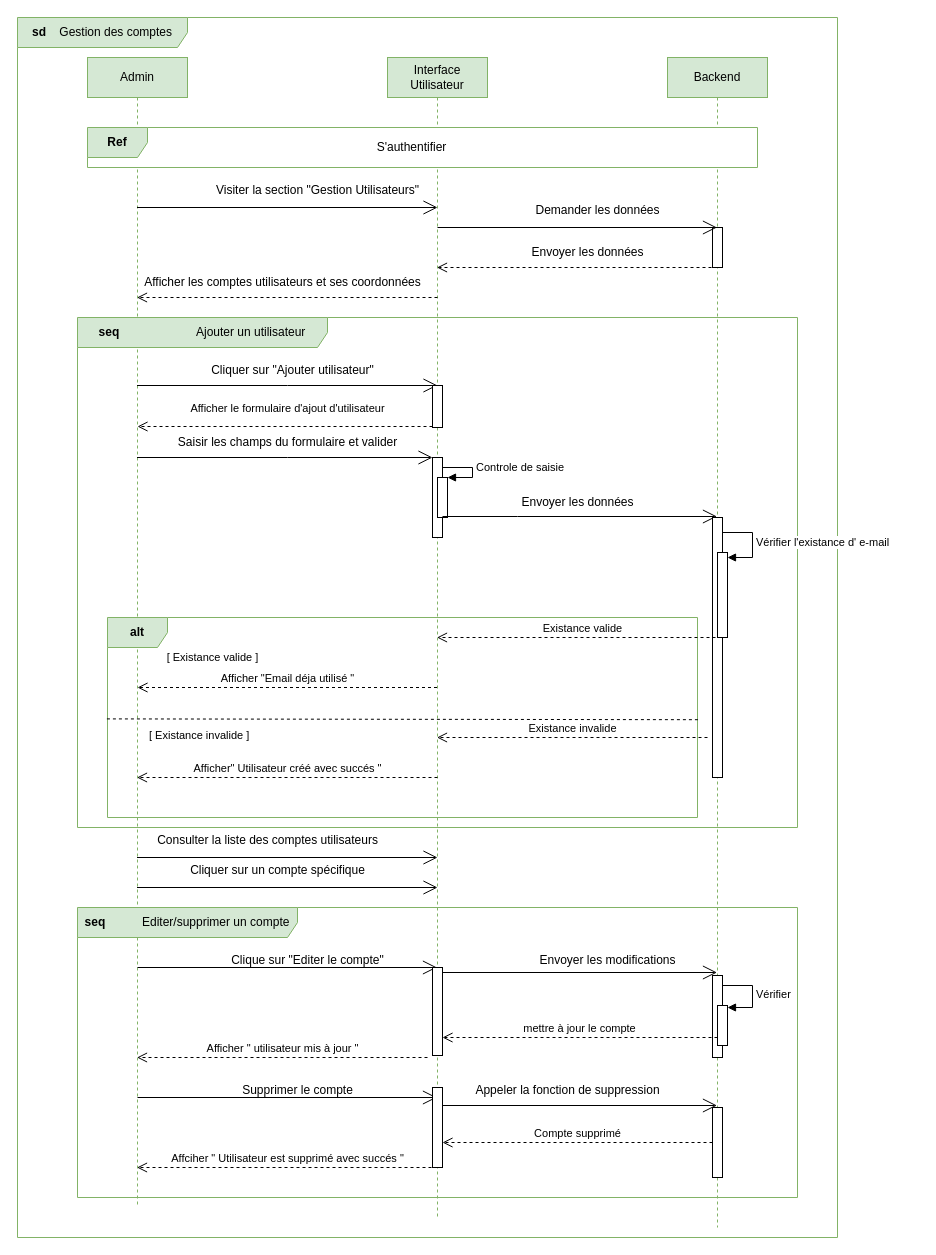
Before: Diagramme séquence gestion compte .drawio in oussema1-hub/Rapport-Conception, a draw.io diagram. Source tidied: cells renumbered, new cells numbered last; positions are measured from the earlier drawing's top-left corner, leaving out a move shared by most shapes. Both pictures are drawn from the tidied source at 100%, with x=0, y=0 at pixel (17, 17).
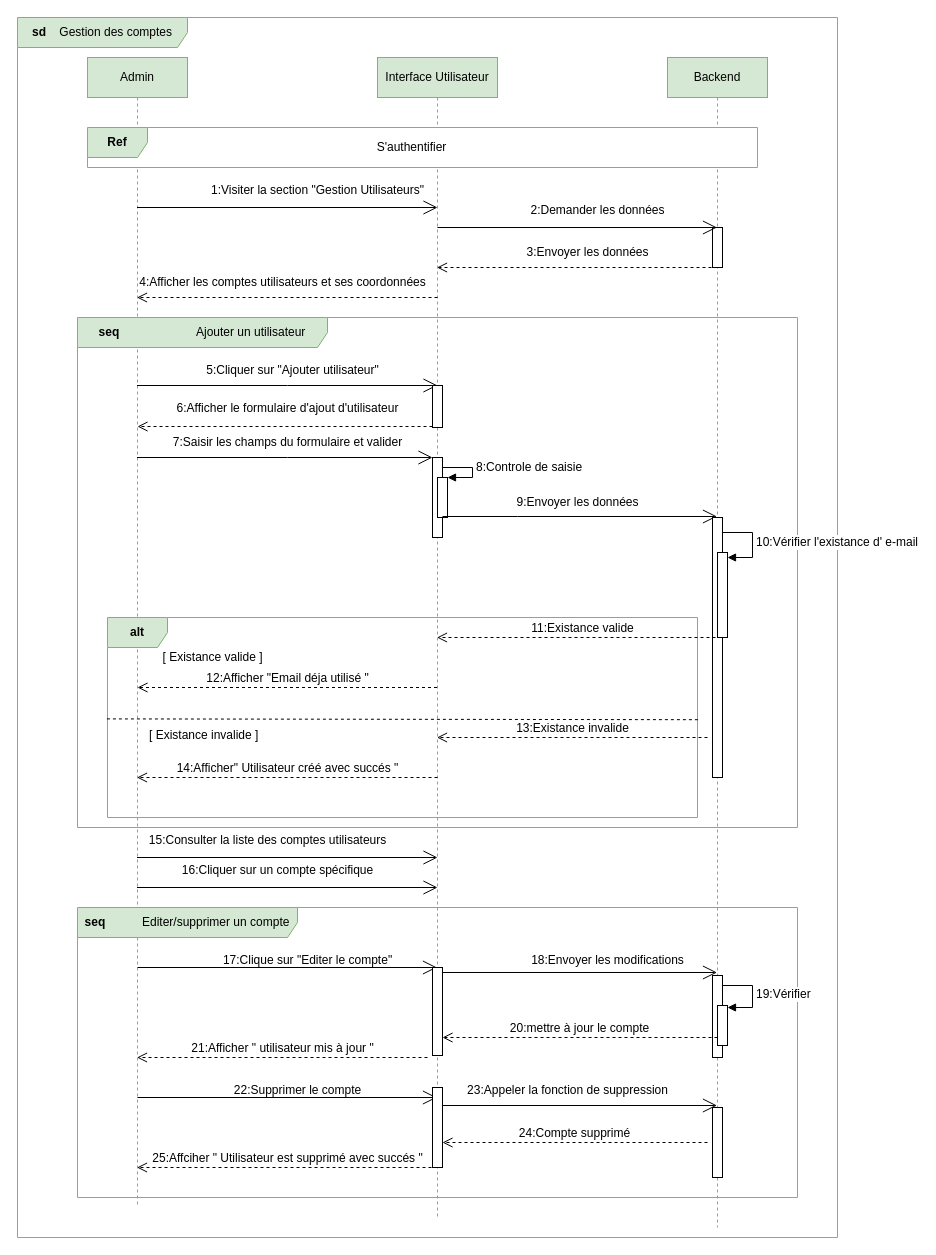
Above is the later version.

The change refers to these unchanged cells:
```xml
<mxCell id="6" value="Admin" style="shape=umlLifeline;perimeter=lifelinePerimeter;whiteSpace=wrap;html=1;outlineConnect=0;portConstraint=eastwest;newEdgeStyle={&quot;curved&quot;:0,&quot;rounded&quot;:0};labelBackgroundColor=none;fillColor=#d5e8d4;strokeColor=#82b366;" parent="1" vertex="1">
  <mxGeometry x="70" y="40" width="100" height="1150" as="geometry" />
</mxCell>
<mxCell id="23" style="html=1;points=[[0,0,0,0,5],[0,1,0,0,-5],[1,0,0,0,5],[1,1,0,0,-5]];perimeter=orthogonalPerimeter;outlineConnect=0;targetShapes=umlLifeline;portConstraint=eastwest;newEdgeStyle={&quot;curved&quot;:0,&quot;rounded&quot;:0};" parent="1" vertex="1">
  <mxGeometry x="415" y="440" width="10" height="80" as="geometry" />
</mxCell>
<mxCell id="24" style="html=1;points=[[0,0,0,0,5],[0,1,0,0,-5],[1,0,0,0,5],[1,1,0,0,-5]];perimeter=orthogonalPerimeter;outlineConnect=0;targetShapes=umlLifeline;portConstraint=eastwest;newEdgeStyle={&quot;curved&quot;:0,&quot;rounded&quot;:0};" parent="1" vertex="1">
  <mxGeometry x="420" y="460" width="10" height="40" as="geometry" />
</mxCell>
<mxCell id="29" style="html=1;points=[[0,0,0,0,5],[0,1,0,0,-5],[1,0,0,0,5],[1,1,0,0,-5]];perimeter=orthogonalPerimeter;outlineConnect=0;targetShapes=umlLifeline;portConstraint=eastwest;newEdgeStyle={&quot;curved&quot;:0,&quot;rounded&quot;:0};" parent="1" vertex="1">
  <mxGeometry x="700" y="535" width="10" height="85" as="geometry" />
</mxCell>
<mxCell id="46" style="html=1;points=[[0,0,0,0,5],[0,1,0,0,-5],[1,0,0,0,5],[1,1,0,0,-5]];perimeter=orthogonalPerimeter;outlineConnect=0;targetShapes=umlLifeline;portConstraint=eastwest;newEdgeStyle={&quot;curved&quot;:0,&quot;rounded&quot;:0};" parent="1" vertex="1">
  <mxGeometry x="415" y="950" width="10" height="88" as="geometry" />
</mxCell>
<mxCell id="50" style="html=1;points=[[0,0,0,0,5],[0,1,0,0,-5],[1,0,0,0,5],[1,1,0,0,-5]];perimeter=orthogonalPerimeter;outlineConnect=0;targetShapes=umlLifeline;portConstraint=eastwest;newEdgeStyle={&quot;curved&quot;:0,&quot;rounded&quot;:0};" parent="1" vertex="1">
  <mxGeometry x="700" y="988" width="10" height="40" as="geometry" />
</mxCell>
<mxCell id="56" style="html=1;points=[[0,0,0,0,5],[0,1,0,0,-5],[1,0,0,0,5],[1,1,0,0,-5]];perimeter=orthogonalPerimeter;outlineConnect=0;targetShapes=umlLifeline;portConstraint=eastwest;newEdgeStyle={&quot;curved&quot;:0,&quot;rounded&quot;:0};" parent="1" vertex="1">
  <mxGeometry x="415" y="1070" width="10" height="80" as="geometry" />
</mxCell>
<mxCell id="59" style="html=1;points=[[0,0,0,0,5],[0,1,0,0,-5],[1,0,0,0,5],[1,1,0,0,-5]];perimeter=orthogonalPerimeter;outlineConnect=0;targetShapes=umlLifeline;portConstraint=eastwest;newEdgeStyle={&quot;curved&quot;:0,&quot;rounded&quot;:0};" parent="1" vertex="1">
  <mxGeometry x="695" y="1090" width="10" height="70" as="geometry" />
</mxCell>
```

The edit, as a diff of the source:
```diff
@@
     <mxCell id="5" value="Interface Utilisateur" style="shape=umlLifeline;perimeter=lifelinePerimeter;whiteSpace=wrap;html=1;outlineConnect=0;portConstraint=eastwest;newEdgeStyle={&quot;curved&quot;:0,&quot;rounded&quot;:0};labelBackgroundColor=none;fillColor=#d5e8d4;strokeColor=#82b366;" parent="1" vertex="1">
-      <mxGeometry x="370" y="40" width="100" height="1160" as="geometry" />
+      <mxGeometry x="360" y="40" width="120" height="1160" as="geometry" />
     </mxCell>
@@
-    <mxCell id="10" value="Visiter la section &quot;Gestion Utilisateurs&quot;" style="text;html=1;align=center;verticalAlign=middle;strokeColor=none;fillColor=none;" parent="1" vertex="1">
-      <mxGeometry x="185" y="158" width="230" height="30" as="geometry" />
+    <mxCell id="10" value="1:&lt;span style=&quot;background-color: transparent; color: light-dark(rgb(0, 0, 0), rgb(255, 255, 255));&quot;&gt;Visiter la section &quot;Gestion Utilisateurs&quot;&lt;/span&gt;" style="text;html=1;align=center;verticalAlign=middle;strokeColor=none;fillColor=none;" parent="1" vertex="1">
+      <mxGeometry x="180" y="158" width="240" height="30" as="geometry" />
     </mxCell>
@@
-    <mxCell id="12" value="Demander les données" style="text;html=1;align=center;verticalAlign=middle;strokeColor=none;fillColor=none;" parent="1" vertex="1">
-      <mxGeometry x="505" y="178" width="150" height="30" as="geometry" />
+    <mxCell id="12" value="2:Demander les données" style="text;html=1;align=center;verticalAlign=middle;strokeColor=none;fillColor=none;" parent="1" vertex="1">
+      <mxGeometry x="500" y="178" width="160" height="30" as="geometry" />
     </mxCell>
-    <mxCell id="13" value="Envoyer les données" style="text;html=1;align=center;verticalAlign=middle;strokeColor=none;fillColor=none;" parent="1" vertex="1">
-      <mxGeometry x="500" y="220" width="140" height="30" as="geometry" />
+    <mxCell id="13" value="3:Envoyer les données" style="text;html=1;align=center;verticalAlign=middle;strokeColor=none;fillColor=none;" parent="1" vertex="1">
+      <mxGeometry x="495" y="220" width="150" height="30" as="geometry" />
     </mxCell>
-    <mxCell id="14" value="Afficher les comptes utilisateurs et ses coordonnées" style="text;html=1;align=center;verticalAlign=middle;strokeColor=none;fillColor=none;" parent="1" vertex="1">
-      <mxGeometry x="115" y="250" width="300" height="30" as="geometry" />
+    <mxCell id="14" value="4:Afficher les comptes utilisateurs et ses coordonnées" style="text;html=1;align=center;verticalAlign=middle;strokeColor=none;fillColor=none;" parent="1" vertex="1">
+      <mxGeometry x="110" y="250" width="310" height="30" as="geometry" />
     </mxCell>
@@
-    <mxCell id="17" value="Cliquer sur &quot;Ajouter utilisateur&quot;" style="text;html=1;align=center;verticalAlign=middle;strokeColor=none;fillColor=none;" parent="1" vertex="1">
-      <mxGeometry x="180" y="338" width="190" height="30" as="geometry" />
+    <mxCell id="17" value="5:Cliquer sur &quot;Ajouter utilisateur&quot;" style="text;html=1;align=center;verticalAlign=middle;strokeColor=none;fillColor=none;" parent="1" vertex="1">
+      <mxGeometry x="175" y="338" width="200" height="30" as="geometry" />
     </mxCell>
@@
-    <mxCell id="19" value="Afficher le formulaire d'ajout d'utilisateur" style="html=1;verticalAlign=bottom;endArrow=open;dashed=1;endSize=8;curved=0;rounded=0;" parent="1" edge="1">
+    <mxCell id="19" value="&lt;font style=&quot;font-size: 12px;&quot;&gt;6:Afficher le formulaire d'ajout d'utilisateur&lt;/font&gt;" style="html=1;verticalAlign=bottom;endArrow=open;dashed=1;endSize=8;curved=0;rounded=0;" parent="1" edge="1">
       <mxGeometry x="-0.02" y="-9" relative="1" as="geometry">
         <mxPoint x="415" y="409" as="sourcePoint" />
         <mxPoint x="120" y="409" as="targetPoint" />
       </mxGeometry>
     </mxCell>
@@
-    <mxCell id="21" value="Saisir les champs du formulaire et valider" style="text;html=1;align=center;verticalAlign=middle;strokeColor=none;fillColor=none;" parent="1" vertex="1">
-      <mxGeometry x="150" y="410" width="240" height="30" as="geometry" />
+    <mxCell id="21" value="7:Saisir les champs du formulaire et valider" style="text;html=1;align=center;verticalAlign=middle;strokeColor=none;fillColor=none;" parent="1" vertex="1">
+      <mxGeometry x="145" y="410" width="250" height="30" as="geometry" />
     </mxCell>
@@
-    <mxCell id="25" value="Controle de saisie" style="html=1;align=left;spacingLeft=2;endArrow=block;rounded=0;edgeStyle=orthogonalEdgeStyle;curved=0;rounded=0;exitX=1;exitY=0;exitDx=0;exitDy=5;exitPerimeter=0;" parent="1" edge="1" source="23" target="24">
+    <mxCell id="25" value="&lt;font style=&quot;font-size: 12px;&quot;&gt;8:Controle de saisie&lt;/font&gt;" style="html=1;align=left;spacingLeft=2;endArrow=block;rounded=0;edgeStyle=orthogonalEdgeStyle;curved=0;rounded=0;exitX=1;exitY=0;exitDx=0;exitDy=5;exitPerimeter=0;" parent="1" edge="1" source="23" target="24">
       <mxGeometry relative="1" as="geometry">
         <Array as="points">
           <mxPoint x="425" y="450" />
           <mxPoint x="455" y="450" />
           <mxPoint x="455" y="460" />
         </Array>
       </mxGeometry>
     </mxCell>
@@
-    <mxCell id="27" value="Envoyer les données" style="text;html=1;align=center;verticalAlign=middle;strokeColor=none;fillColor=none;" parent="1" vertex="1">
-      <mxGeometry x="490" y="470" width="140" height="30" as="geometry" />
+    <mxCell id="27" value="9:Envoyer les données" style="text;html=1;align=center;verticalAlign=middle;strokeColor=none;fillColor=none;" parent="1" vertex="1">
+      <mxGeometry x="485" y="470" width="150" height="30" as="geometry" />
     </mxCell>
@@
-    <mxCell id="30" value="Vérifier l'existance d' e-mail" style="html=1;align=left;spacingLeft=2;endArrow=block;rounded=0;edgeStyle=orthogonalEdgeStyle;curved=0;rounded=0;" parent="1" edge="1" target="29">
+    <mxCell id="30" value="&lt;font style=&quot;font-size: 12px;&quot;&gt;10:Vérifier l'existance d' e-mail&lt;/font&gt;" style="html=1;align=left;spacingLeft=2;endArrow=block;rounded=0;edgeStyle=orthogonalEdgeStyle;curved=0;rounded=0;" parent="1" edge="1" target="29">
       <mxGeometry relative="1" as="geometry">
         <mxPoint x="705" y="515" as="sourcePoint" />
         <Array as="points">
           <mxPoint x="735" y="515" />
           <mxPoint x="735" y="540" />
         </Array>
       </mxGeometry>
     </mxCell>
@@
-    <mxCell id="32" value="Existance valide" style="html=1;verticalAlign=bottom;endArrow=open;dashed=1;endSize=8;curved=0;rounded=0;" parent="1" edge="1" target="5">
+    <mxCell id="32" value="&lt;font style=&quot;font-size: 12px;&quot;&gt;11:Existance valide&lt;/font&gt;" style="html=1;verticalAlign=bottom;endArrow=open;dashed=1;endSize=8;curved=0;rounded=0;" parent="1" edge="1" target="5">
       <mxGeometry relative="1" as="geometry">
         <mxPoint x="710" y="620" as="sourcePoint" />
       </mxGeometry>
     </mxCell>
-    <mxCell id="33" value="Afficher &quot;Email déja utilisé &quot;" style="html=1;verticalAlign=bottom;endArrow=open;dashed=1;endSize=8;curved=0;rounded=0;" parent="1" edge="1">
+    <mxCell id="33" value="&lt;font style=&quot;font-size: 12px;&quot;&gt;12:Afficher &quot;Email déja utilisé &quot;&lt;/font&gt;" style="html=1;verticalAlign=bottom;endArrow=open;dashed=1;endSize=8;curved=0;rounded=0;" parent="1" edge="1">
       <mxGeometry relative="1" as="geometry">
         <mxPoint x="419.5" y="670" as="sourcePoint" />
         <mxPoint x="120" y="670" as="targetPoint" />
       </mxGeometry>
     </mxCell>
-    <mxCell id="34" value="&lt;br&gt;&lt;span style=&quot;color: rgb(0, 0, 0); font-family: Helvetica; font-size: 11px; font-style: normal; font-variant-ligatures: normal; font-variant-caps: normal; font-weight: 400; letter-spacing: normal; orphans: 2; text-align: center; text-indent: 0px; text-transform: none; widows: 2; word-spacing: 0px; -webkit-text-stroke-width: 0px; white-space: nowrap; background-color: rgb(255, 255, 255); text-decoration-thickness: initial; text-decoration-style: initial; text-decoration-color: initial; display: inline !important; float: none;&quot;&gt;[ Existance valide ]&lt;/span&gt;&lt;div&gt;&lt;br/&gt;&lt;/div&gt;" style="text;html=1;align=center;verticalAlign=middle;strokeColor=none;fillColor=none;" parent="1" vertex="1">
+    <mxCell id="34" value="&lt;font&gt;&lt;br&gt;&lt;span style=&quot;color: rgb(0, 0, 0); font-family: Helvetica; font-style: normal; font-variant-ligatures: normal; font-variant-caps: normal; font-weight: 400; letter-spacing: normal; orphans: 2; text-align: center; text-indent: 0px; text-transform: none; widows: 2; word-spacing: 0px; -webkit-text-stroke-width: 0px; white-space: nowrap; background-color: rgb(255, 255, 255); text-decoration-thickness: initial; text-decoration-style: initial; text-decoration-color: initial; float: none; display: inline !important;&quot;&gt;[ Existance valide ]&lt;/span&gt;&lt;/font&gt;&lt;div&gt;&lt;br&gt;&lt;/div&gt;" style="text;html=1;align=center;verticalAlign=middle;strokeColor=none;fillColor=none;" parent="1" vertex="1">
       <mxGeometry x="135" y="610" width="120" height="60" as="geometry" />
     </mxCell>
@@
-    <mxCell id="36" value="Existance invalide" style="html=1;verticalAlign=bottom;endArrow=open;dashed=1;endSize=8;curved=0;rounded=0;" parent="1" edge="1" target="5">
+    <mxCell id="36" value="&lt;font style=&quot;font-size: 12px;&quot;&gt;13:Existance invalide&lt;/font&gt;" style="html=1;verticalAlign=bottom;endArrow=open;dashed=1;endSize=8;curved=0;rounded=0;" parent="1" edge="1" target="5">
       <mxGeometry relative="1" as="geometry">
         <mxPoint x="690" y="720" as="sourcePoint" />
       </mxGeometry>
     </mxCell>
-    <mxCell id="37" value="Afficher&quot; Utilisateur créé avec succés &quot;" style="html=1;verticalAlign=bottom;endArrow=open;dashed=1;endSize=8;curved=0;rounded=0;" parent="1" edge="1">
+    <mxCell id="37" value="&lt;font style=&quot;font-size: 12px;&quot;&gt;14:Afficher&quot; Utilisateur créé avec succés &quot;&lt;/font&gt;" style="html=1;verticalAlign=bottom;endArrow=open;dashed=1;endSize=8;curved=0;rounded=0;" parent="1" edge="1">
       <mxGeometry relative="1" as="geometry">
         <mxPoint x="420" y="760" as="sourcePoint" />
         <mxPoint x="119.5" y="760" as="targetPoint" />
       </mxGeometry>
     </mxCell>
-    <mxCell id="38" value="&lt;br style=&quot;forced-color-adjust: none;&quot;&gt;&lt;span style=&quot;forced-color-adjust: none; color: rgb(0, 0, 0); font-family: Helvetica; font-size: 11px; font-style: normal; font-variant-ligatures: normal; font-variant-caps: normal; font-weight: 400; letter-spacing: normal; orphans: 2; text-align: center; text-indent: 0px; text-transform: none; widows: 2; word-spacing: 0px; -webkit-text-stroke-width: 0px; white-space: nowrap; background-color: rgb(255, 255, 255); text-decoration-thickness: initial; text-decoration-style: initial; text-decoration-color: initial; float: none; display: inline !important;&quot;&gt;[ Existance invalide ]&lt;/span&gt;&lt;div style=&quot;forced-color-adjust: none;&quot;&gt;&lt;br style=&quot;forced-color-adjust: none; color: rgb(0, 0, 0); font-family: Helvetica; font-size: 12px; font-style: normal; font-variant-ligatures: normal; font-variant-caps: normal; font-weight: 400; letter-spacing: normal; orphans: 2; text-align: center; text-indent: 0px; text-transform: none; widows: 2; word-spacing: 0px; -webkit-text-stroke-width: 0px; white-space: nowrap; background-color: rgb(236, 236, 236); text-decoration-thickness: initial; text-decoration-style: initial; text-decoration-color: initial;&quot;&gt;&lt;br&gt;&lt;br&gt;&lt;/div&gt;" style="text;whiteSpace=wrap;html=1;" parent="1" vertex="1">
+    <mxCell id="38" value="&lt;font&gt;&lt;br style=&quot;forced-color-adjust: none;&quot;&gt;&lt;span style=&quot;forced-color-adjust: none; color: rgb(0, 0, 0); font-family: Helvetica; font-style: normal; font-variant-ligatures: normal; font-variant-caps: normal; font-weight: 400; letter-spacing: normal; orphans: 2; text-align: center; text-indent: 0px; text-transform: none; widows: 2; word-spacing: 0px; -webkit-text-stroke-width: 0px; white-space: nowrap; background-color: rgb(255, 255, 255); text-decoration-thickness: initial; text-decoration-style: initial; text-decoration-color: initial; float: none; display: inline !important;&quot;&gt;[ Existance invalide ]&lt;/span&gt;&lt;/font&gt;&lt;div style=&quot;forced-color-adjust: none;&quot;&gt;&lt;font&gt;&lt;br style=&quot;forced-color-adjust: none; color: rgb(0, 0, 0); font-family: Helvetica; font-style: normal; font-variant-ligatures: normal; font-variant-caps: normal; font-weight: 400; letter-spacing: normal; orphans: 2; text-align: center; text-indent: 0px; text-transform: none; widows: 2; word-spacing: 0px; -webkit-text-stroke-width: 0px; white-space: nowrap; background-color: rgb(236, 236, 236); text-decoration-thickness: initial; text-decoration-style: initial; text-decoration-color: initial;&quot;&gt;&lt;br&gt;&lt;/font&gt;&lt;br&gt;&lt;/div&gt;" style="text;whiteSpace=wrap;html=1;" parent="1" vertex="1">
       <mxGeometry x="130" y="690" width="130" height="100" as="geometry" />
     </mxCell>
@@
-    <mxCell id="40" value="Consulter la liste des comptes utilisateurs" style="text;html=1;align=center;verticalAlign=middle;strokeColor=none;fillColor=none;" parent="1" vertex="1">
-      <mxGeometry x="130" y="808" width="240" height="30" as="geometry" />
+    <mxCell id="40" value="15:Consulter la liste des comptes utilisateurs" style="text;html=1;align=center;verticalAlign=middle;strokeColor=none;fillColor=none;" parent="1" vertex="1">
+      <mxGeometry x="120" y="808" width="260" height="30" as="geometry" />
     </mxCell>
@@
-    <mxCell id="42" value="Cliquer sur un compte spécifique" style="text;html=1;align=center;verticalAlign=middle;strokeColor=none;fillColor=none;" parent="1" vertex="1">
-      <mxGeometry x="160" y="838" width="200" height="30" as="geometry" />
+    <mxCell id="42" value="16:Cliquer sur un compte spécifique" style="text;html=1;align=center;verticalAlign=middle;strokeColor=none;fillColor=none;" parent="1" vertex="1">
+      <mxGeometry x="155" y="838" width="210" height="30" as="geometry" />
     </mxCell>
@@
-    <mxCell id="45" value="Clique sur &quot;Editer le compte&quot;" style="text;html=1;align=center;verticalAlign=middle;strokeColor=none;fillColor=none;" parent="1" vertex="1">
-      <mxGeometry x="200" y="928" width="180" height="30" as="geometry" />
+    <mxCell id="45" value="17:Clique sur &quot;Editer le compte&quot;" style="text;html=1;align=center;verticalAlign=middle;strokeColor=none;fillColor=none;" parent="1" vertex="1">
+      <mxGeometry x="195" y="928" width="190" height="30" as="geometry" />
     </mxCell>
@@
-    <mxCell id="48" value="Envoyer les modifications" style="text;html=1;align=center;verticalAlign=middle;strokeColor=none;fillColor=none;" parent="1" vertex="1">
-      <mxGeometry x="510" y="928" width="160" height="30" as="geometry" />
+    <mxCell id="48" value="18:Envoyer les modifications" style="text;html=1;align=center;verticalAlign=middle;strokeColor=none;fillColor=none;" parent="1" vertex="1">
+      <mxGeometry x="500" y="928" width="180" height="30" as="geometry" />
     </mxCell>
@@
-    <mxCell id="51" value="Vérifier" style="html=1;align=left;spacingLeft=2;endArrow=block;rounded=0;edgeStyle=orthogonalEdgeStyle;curved=0;rounded=0;" parent="1" edge="1" target="50">
+    <mxCell id="51" value="&lt;font style=&quot;font-size: 12px;&quot;&gt;19:Vérifier&lt;/font&gt;" style="html=1;align=left;spacingLeft=2;endArrow=block;rounded=0;edgeStyle=orthogonalEdgeStyle;curved=0;rounded=0;" parent="1" edge="1" target="50">
       <mxGeometry relative="1" as="geometry">
         <mxPoint x="705" y="968" as="sourcePoint" />
         <Array as="points">
           <mxPoint x="735" y="968" />
           <mxPoint x="735" y="990" />
         </Array>
       </mxGeometry>
     </mxCell>
-    <mxCell id="52" value="mettre à jour le compte" style="html=1;verticalAlign=bottom;endArrow=open;dashed=1;endSize=8;curved=0;rounded=0;" parent="1" edge="1" target="46">
+    <mxCell id="52" value="&lt;font style=&quot;font-size: 12px;&quot;&gt;20:mettre à jour le compte&lt;/font&gt;" style="html=1;verticalAlign=bottom;endArrow=open;dashed=1;endSize=8;curved=0;rounded=0;" parent="1" edge="1" target="46">
       <mxGeometry relative="1" as="geometry">
         <mxPoint x="700" y="1020" as="sourcePoint" />
       </mxGeometry>
     </mxCell>
-    <mxCell id="53" value="Afficher &quot; utilisateur mis à jour &quot;" style="html=1;verticalAlign=bottom;endArrow=open;dashed=1;endSize=8;curved=0;rounded=0;" parent="1" edge="1" target="6">
+    <mxCell id="53" value="&lt;font style=&quot;font-size: 12px;&quot;&gt;21:Afficher &quot; utilisateur mis à jour &quot;&lt;/font&gt;" style="html=1;verticalAlign=bottom;endArrow=open;dashed=1;endSize=8;curved=0;rounded=0;" parent="1" edge="1" target="6">
       <mxGeometry relative="1" as="geometry">
         <mxPoint x="410" y="1040" as="sourcePoint" />
       </mxGeometry>
     </mxCell>
@@
-    <mxCell id="55" value="Supprimer le compte" style="text;html=1;align=center;verticalAlign=middle;strokeColor=none;fillColor=none;" parent="1" vertex="1">
-      <mxGeometry x="215" y="1058" width="130" height="30" as="geometry" />
+    <mxCell id="55" value="22:Supprimer le compte" style="text;html=1;align=center;verticalAlign=middle;strokeColor=none;fillColor=none;" parent="1" vertex="1">
+      <mxGeometry x="205" y="1058" width="150" height="30" as="geometry" />
     </mxCell>
@@
-    <mxCell id="58" value="Appeler la fonction de suppression" style="text;html=1;align=center;verticalAlign=middle;strokeColor=none;fillColor=none;" parent="1" vertex="1">
-      <mxGeometry x="445" y="1058" width="210" height="30" as="geometry" />
+    <mxCell id="58" value="23:Appeler la fonction de suppression" style="text;html=1;align=center;verticalAlign=middle;strokeColor=none;fillColor=none;" parent="1" vertex="1">
+      <mxGeometry x="440" y="1058" width="220" height="30" as="geometry" />
     </mxCell>
@@
-    <mxCell id="60" value="Compte supprimé" style="html=1;verticalAlign=bottom;endArrow=open;dashed=1;endSize=8;curved=0;rounded=0;" parent="1" edge="1" source="59" target="56">
-      <mxGeometry relative="1" as="geometry" />
+    <mxCell id="60" value="&lt;font style=&quot;font-size: 12px;&quot;&gt;24:Compte supprimé&lt;/font&gt;" style="html=1;verticalAlign=bottom;endArrow=open;dashed=1;endSize=8;curved=0;rounded=0;" parent="1" edge="1" target="56">
+      <mxGeometry relative="1" as="geometry">
+        <mxPoint x="690" y="1125" as="sourcePoint" />
+      </mxGeometry>
     </mxCell>
-    <mxCell id="61" value="Affciher &quot; Utilisateur est supprimé avec succés &quot;" style="html=1;verticalAlign=bottom;endArrow=open;dashed=1;endSize=8;curved=0;rounded=0;" parent="1" edge="1" target="6">
+    <mxCell id="61" value="&lt;font style=&quot;font-size: 12px;&quot;&gt;25:Affciher &quot; Utilisateur est supprimé avec succés &quot;&lt;/font&gt;" style="html=1;verticalAlign=bottom;endArrow=open;dashed=1;endSize=8;curved=0;rounded=0;" parent="1" edge="1" target="6">
       <mxGeometry relative="1" as="geometry">
         <mxPoint x="420" y="1150" as="sourcePoint" />
       </mxGeometry>
     </mxCell>
```
